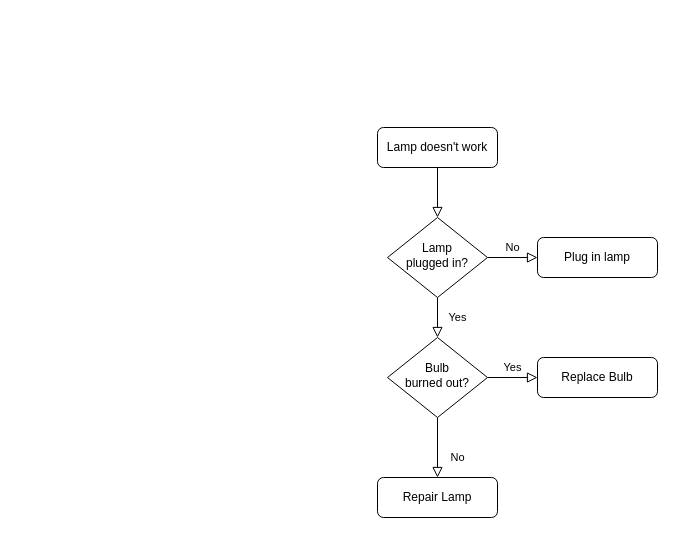
The draw.io diagram Диаграмма без названия.drawio in dim447/project_01, before the edit. Source tidied: cells renumbered, new cells numbered last; positions are measured from the earlier drawing's top-left corner, leaving out a move shared by most shapes. Both pictures are drawn from the tidied source at 100%, with x=0, y=0 at pixel (377, 127).
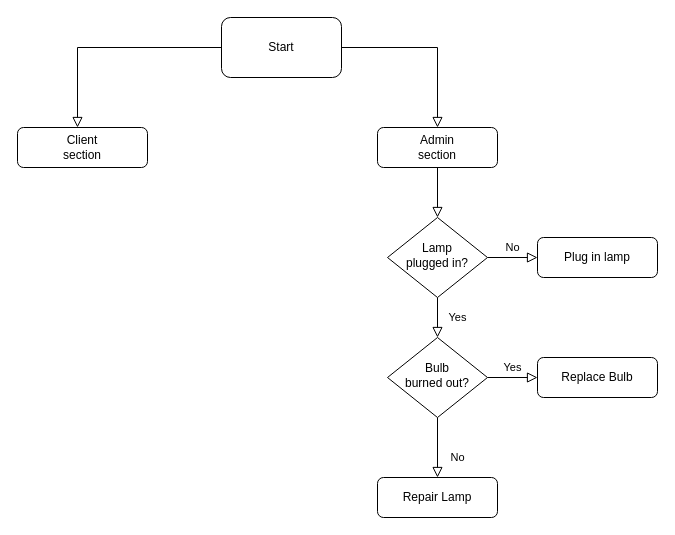
The same diagram, later.

The edit, as a diff of the source:
```diff
@@
-    <mxCell id="3" value="Lamp doesn't work" style="rounded=1;whiteSpace=wrap;html=1;fontSize=12;glass=0;strokeWidth=1;shadow=0;" parent="1" vertex="1">
+    <mxCell id="3" value="Admin&lt;br&gt;section" style="rounded=1;whiteSpace=wrap;html=1;fontSize=12;glass=0;strokeWidth=1;shadow=0;" parent="1" vertex="1">
       <mxGeometry width="120" height="40" as="geometry" />
     </mxCell>
@@
+    <mxCell id="13" value="Start" style="rounded=1;whiteSpace=wrap;html=1;" parent="1" vertex="1">
+      <mxGeometry x="-156" y="-110" width="120" height="60" as="geometry" />
+    </mxCell>
+    <mxCell id="14" style="rounded=0;html=1;jettySize=auto;fontSize=11;endArrow=block;endFill=0;endSize=8;strokeWidth=1;shadow=0;labelBackgroundColor=none;edgeStyle=orthogonalEdgeStyle;exitX=1;exitY=0.5;exitDx=0;exitDy=0;" parent="1" edge="1" source="13">
+      <mxGeometry relative="1" as="geometry">
+        <mxPoint x="60" as="targetPoint" />
+        <Array as="points">
+          <mxPoint x="60" y="-80" />
+        </Array>
+      </mxGeometry>
+    </mxCell>
+    <mxCell id="15" value="Client&lt;br&gt;section" style="rounded=1;whiteSpace=wrap;html=1;" parent="1" vertex="1">
+      <mxGeometry x="-360" width="130" height="40" as="geometry" />
+    </mxCell>
+    <mxCell id="16" style="rounded=0;html=1;jettySize=auto;fontSize=11;endArrow=block;endFill=0;endSize=8;strokeWidth=1;shadow=0;labelBackgroundColor=none;edgeStyle=orthogonalEdgeStyle;exitX=0;exitY=0.5;exitDx=0;exitDy=0;" parent="1" edge="1" source="13">
+      <mxGeometry relative="1" as="geometry">
+        <mxPoint x="-300" as="targetPoint" />
+        <Array as="points">
+          <mxPoint x="-300" y="-80" />
+        </Array>
+      </mxGeometry>
+    </mxCell>
```
